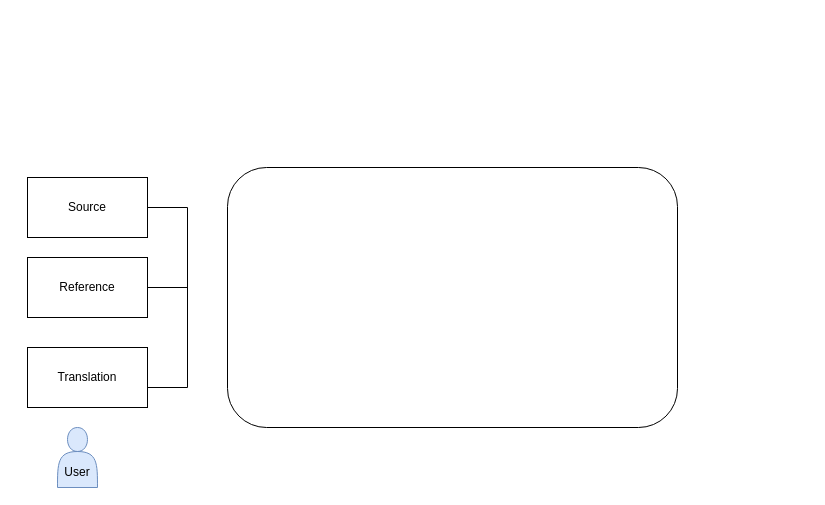
The draw.io diagram mt eval.drawio in babangain/drawio, before the edit. Source tidied: cells renumbered, new cells numbered last; positions are measured from the earlier drawing's top-left corner, leaving out a move shared by most shapes. Both pictures are drawn from the tidied source at 100%, with x=0, y=0 at pixel (27, 167).
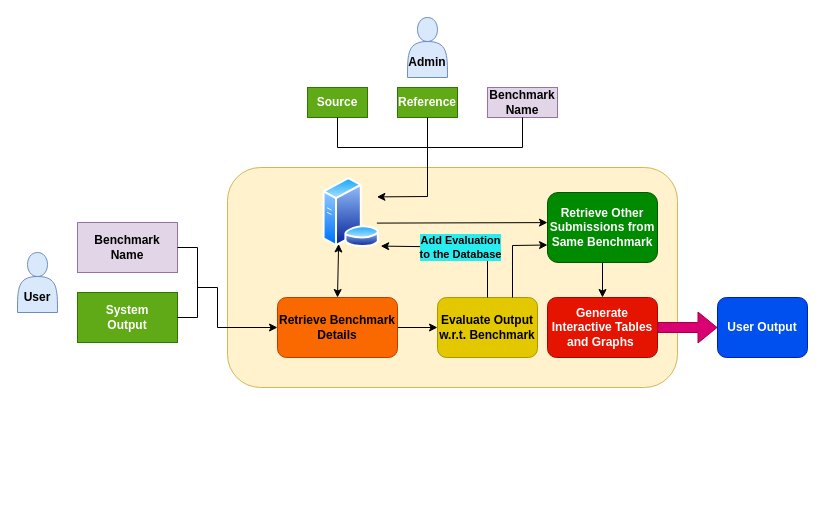
The same page after the edit.

The edit, as a diff of the source:
```diff
@@
-    <mxCell id="2" style="rounded=1;whiteSpace=wrap;html=1;" parent="1" vertex="1">
-      <mxGeometry x="200" width="450" height="260" as="geometry" />
+    <mxCell id="2" style="rounded=1;whiteSpace=wrap;html=1;fillColor=#fff2cc;strokeColor=#d6b656;fontStyle=1;" parent="1" vertex="1">
+      <mxGeometry x="200" width="450" height="220" as="geometry" />
     </mxCell>
-    <mxCell id="3" value="Source" style="rounded=0;whiteSpace=wrap;html=1;" parent="1" vertex="1">
-      <mxGeometry y="10" width="120" height="60" as="geometry" />
-    </mxCell>
-    <mxCell id="4" value="Reference" style="rounded=0;whiteSpace=wrap;html=1;" parent="1" vertex="1">
-      <mxGeometry y="90" width="120" height="60" as="geometry" />
+    <mxCell id="4" value="Benchmark&lt;br&gt;Name" style="rounded=0;whiteSpace=wrap;html=1;fillColor=#e1d5e7;strokeColor=#9673a6;fontStyle=1;" parent="1" vertex="1">
+      <mxGeometry x="50" y="55" width="100" height="50" as="geometry" />
     </mxCell>
-    <mxCell id="5" value="Translation" style="rounded=0;whiteSpace=wrap;html=1;" parent="1" vertex="1">
-      <mxGeometry y="180" width="120" height="60" as="geometry" />
+    <mxCell id="5" value="System&lt;br&gt;Output" style="rounded=0;whiteSpace=wrap;html=1;fontStyle=1;fillColor=#60a917;fontColor=#ffffff;strokeColor=#2D7600;" parent="1" vertex="1">
+      <mxGeometry x="50" y="125" width="100" height="50" as="geometry" />
     </mxCell>
-    <mxCell id="6" style="endArrow=none;html=1;rounded=0;" parent="1" edge="1">
+    <mxCell id="6" style="endArrow=none;html=1;rounded=0;entryX=1;entryY=0.5;entryDx=0;entryDy=0;exitX=1;exitY=0.5;exitDx=0;exitDy=0;fontStyle=1;" parent="1" edge="1" source="5" target="4">
       <mxGeometry relative="1" as="geometry">
-        <mxPoint x="160" y="220" as="sourcePoint" />
-        <mxPoint x="160" y="40" as="targetPoint" />
+        <Array as="points">
+          <mxPoint x="170" y="150" />
+          <mxPoint x="170" y="80" />
+        </Array>
       </mxGeometry>
     </mxCell>
-    <mxCell id="7" style="endArrow=none;html=1;rounded=0;entryX=1;entryY=0.5;entryDx=0;entryDy=0;" parent="1" edge="1" target="3">
-      <mxGeometry relative="1" as="geometry">
-        <mxPoint x="160" y="40" as="sourcePoint" />
-      </mxGeometry>
-    </mxCell>
-    <mxCell id="8" style="endArrow=none;html=1;rounded=0;entryX=1;entryY=0.5;entryDx=0;entryDy=0;" parent="1" edge="1" target="4">
-      <mxGeometry relative="1" as="geometry">
-        <mxPoint x="160" y="120" as="sourcePoint" />
-      </mxGeometry>
-    </mxCell>
-    <mxCell id="9" style="endArrow=none;html=1;rounded=0;" parent="1" edge="1">
-      <mxGeometry relative="1" as="geometry">
-        <mxPoint x="120" y="220" as="sourcePoint" />
-        <mxPoint x="160" y="220" as="targetPoint" />
-      </mxGeometry>
-    </mxCell>
-    <mxCell id="10" value="&lt;br&gt;&lt;br&gt;User" style="shape=actor;whiteSpace=wrap;html=1;fillColor=#dae8fc;strokeColor=#6c8ebf;" parent="1" vertex="1">
-      <mxGeometry x="30" y="260" width="40" height="60" as="geometry" />
+    <mxCell id="10" value="&lt;br&gt;&lt;br&gt;User" style="shape=actor;whiteSpace=wrap;html=1;fillColor=#dae8fc;strokeColor=#6c8ebf;fontStyle=1;" parent="1" vertex="1">
+      <mxGeometry x="-10" y="85" width="40" height="60" as="geometry" />
     </mxCell>
+    <mxCell id="3" value="Source" style="rounded=0;whiteSpace=wrap;html=1;fontStyle=1;fillColor=#60a917;strokeColor=#2D7600;fontColor=#ffffff;" parent="1" vertex="1">
+      <mxGeometry x="280" y="-80" width="60" height="30" as="geometry" />
+    </mxCell>
+    <mxCell id="11" value="Reference" style="rounded=0;whiteSpace=wrap;html=1;fontStyle=1;fillColor=#60a917;fontColor=#ffffff;strokeColor=#2D7600;" parent="1" vertex="1">
+      <mxGeometry x="370" y="-80" width="60" height="30" as="geometry" />
+    </mxCell>
+    <mxCell id="12" value="Benchmark&lt;br&gt;Name" style="rounded=0;whiteSpace=wrap;html=1;fillColor=#e1d5e7;strokeColor=#9673a6;fontStyle=1;" parent="1" vertex="1">
+      <mxGeometry x="460" y="-80" width="70" height="30" as="geometry" />
+    </mxCell>
+    <mxCell id="13" value="&lt;br&gt;&lt;br&gt;Admin" style="shape=actor;whiteSpace=wrap;html=1;fillColor=#dae8fc;strokeColor=#6c8ebf;fontStyle=1;" parent="1" vertex="1">
+      <mxGeometry x="380" y="-150" width="40" height="60" as="geometry" />
+    </mxCell>
+    <mxCell id="14" style="endArrow=none;html=1;rounded=0;exitX=0.5;exitY=1;exitDx=0;exitDy=0;entryX=0.5;entryY=1;entryDx=0;entryDy=0;fontStyle=1;" parent="1" edge="1" source="3" target="12">
+      <mxGeometry relative="1" as="geometry">
+        <Array as="points">
+          <mxPoint x="310" y="-20" />
+          <mxPoint x="400" y="-20" />
+          <mxPoint x="495" y="-20" />
+        </Array>
+      </mxGeometry>
+    </mxCell>
+    <mxCell id="15" style="endArrow=none;html=1;rounded=0;entryX=0.5;entryY=1;entryDx=0;entryDy=0;fontStyle=1;" parent="1" edge="1" target="11">
+      <mxGeometry relative="1" as="geometry">
+        <mxPoint x="400" y="-20" as="sourcePoint" />
+      </mxGeometry>
+    </mxCell>
+    <mxCell id="16" style="image;perimeter=ellipsePerimeter;html=1;align=center;shadow=0;dashed=0;spacingTop=3;image=img/lib/active_directory/database_server.svg;fontStyle=1;" parent="1" vertex="1">
+      <mxGeometry x="295" y="10" width="57.4" height="70" as="geometry" />
+    </mxCell>
+    <mxCell id="17" style="endArrow=classic;html=1;rounded=0;entryX=1;entryY=0.25;entryDx=0;entryDy=0;fontStyle=1;" parent="1" edge="1" target="16">
+      <mxGeometry relative="1" as="geometry">
+        <mxPoint x="400" y="-20" as="sourcePoint" />
+        <Array as="points">
+          <mxPoint x="400" y="29" />
+        </Array>
+      </mxGeometry>
+    </mxCell>
+    <mxCell id="18" style="edgeStyle=orthogonalEdgeStyle;rounded=0;jettySize=auto;html=1;fontStyle=1;" parent="1" edge="1" source="19" target="22">
+      <mxGeometry relative="1" as="geometry" />
+    </mxCell>
+    <mxCell id="19" value="Retrieve Benchmark Details" style="rounded=1;whiteSpace=wrap;html=1;fontStyle=1;fillColor=#fa6800;fontColor=#000000;strokeColor=#C73500;" parent="1" vertex="1">
+      <mxGeometry x="250" y="130" width="120" height="60" as="geometry" />
+    </mxCell>
+    <mxCell id="20" style="endArrow=classic;html=1;rounded=0;entryX=0;entryY=0.5;entryDx=0;entryDy=0;fontStyle=1;" parent="1" edge="1" target="19">
+      <mxGeometry relative="1" as="geometry">
+        <mxPoint x="170" y="120" as="sourcePoint" />
+        <Array as="points">
+          <mxPoint x="190" y="120" />
+          <mxPoint x="190" y="160" />
+        </Array>
+      </mxGeometry>
+    </mxCell>
+    <mxCell id="21" style="endArrow=classic;startArrow=classic;html=1;rounded=0;exitX=0.5;exitY=0;exitDx=0;exitDy=0;entryX=0.25;entryY=1;entryDx=0;entryDy=0;fontStyle=1;" parent="1" edge="1" source="19" target="16">
+      <mxGeometry relative="1" as="geometry" />
+    </mxCell>
+    <mxCell id="22" value="Evaluate Output w.r.t. Benchmark" style="rounded=1;whiteSpace=wrap;html=1;fontStyle=1;fillColor=#e3c800;fontColor=#000000;strokeColor=#B09500;" parent="1" vertex="1">
+      <mxGeometry x="410" y="130" width="100" height="60" as="geometry" />
+    </mxCell>
+    <mxCell id="23" style="endArrow=classic;html=1;rounded=0;entryX=1.014;entryY=0.98;entryDx=0;entryDy=0;exitX=0.5;exitY=0;exitDx=0;exitDy=0;entryPerimeter=0;fontStyle=1;" parent="1" edge="1" source="22" target="16">
+      <mxGeometry relative="1" as="geometry">
+        <Array as="points">
+          <mxPoint x="460" y="80" />
+        </Array>
+      </mxGeometry>
+    </mxCell>
+    <mxCell id="24" value="Add Evaluation&lt;br&gt;to the Database" style="edgeLabel;html=1;align=center;verticalAlign=middle;fontStyle=1;labelBackgroundColor=#28edf0;" parent="23" vertex="1">
+      <mxGeometry relative="1" as="geometry" />
+    </mxCell>
+    <mxCell id="25" style="endArrow=classic;html=1;rounded=0;exitX=1;exitY=0.75;exitDx=0;exitDy=0;fontStyle=1;" parent="1" edge="1">
+      <mxGeometry relative="1" as="geometry">
+        <mxPoint x="349.4" y="55.6" as="sourcePoint" />
+        <mxPoint x="520" y="55.1" as="targetPoint" />
+      </mxGeometry>
+    </mxCell>
+    <mxCell id="26" style="edgeStyle=orthogonalEdgeStyle;rounded=0;jettySize=auto;html=1;fontStyle=1;" parent="1" edge="1" source="27" target="29">
+      <mxGeometry relative="1" as="geometry" />
+    </mxCell>
+    <mxCell id="27" value="Retrieve Other Submissions from Same Benchmark" style="rounded=1;whiteSpace=wrap;html=1;fontStyle=1;fillColor=#008a00;fontColor=#ffffff;strokeColor=#005700;" parent="1" vertex="1">
+      <mxGeometry x="520" y="25" width="110" height="70" as="geometry" />
+    </mxCell>
+    <mxCell id="28" style="endArrow=classic;html=1;rounded=0;exitX=0.75;exitY=0;exitDx=0;exitDy=0;entryX=0;entryY=0.75;entryDx=0;entryDy=0;fontStyle=1;" parent="1" edge="1" source="22" target="27">
+      <mxGeometry relative="1" as="geometry">
+        <Array as="points">
+          <mxPoint x="485" y="78" />
+        </Array>
+      </mxGeometry>
+    </mxCell>
+    <mxCell id="29" value="Generate Interactive Tables and Graphs&amp;nbsp;" style="rounded=1;whiteSpace=wrap;html=1;fontStyle=1;fillColor=#e51400;strokeColor=#B20000;fontColor=#ffffff;" parent="1" vertex="1">
+      <mxGeometry x="520" y="130" width="110" height="60" as="geometry" />
+    </mxCell>
+    <mxCell id="30" style="shape=flexArrow;endArrow=classic;html=1;rounded=0;exitX=1;exitY=0.5;exitDx=0;exitDy=0;fillColor=#d80073;strokeColor=#A50040;" parent="1" edge="1" source="29">
+      <mxGeometry relative="1" as="geometry">
+        <mxPoint x="690" y="160" as="targetPoint" />
+      </mxGeometry>
+    </mxCell>
+    <mxCell id="31" value="&lt;b&gt;User Output&lt;/b&gt;" style="rounded=1;whiteSpace=wrap;html=1;fillColor=#0050ef;fontColor=#ffffff;strokeColor=#001DBC;" parent="1" vertex="1">
+      <mxGeometry x="690" y="130" width="90" height="60" as="geometry" />
+    </mxCell>
```
